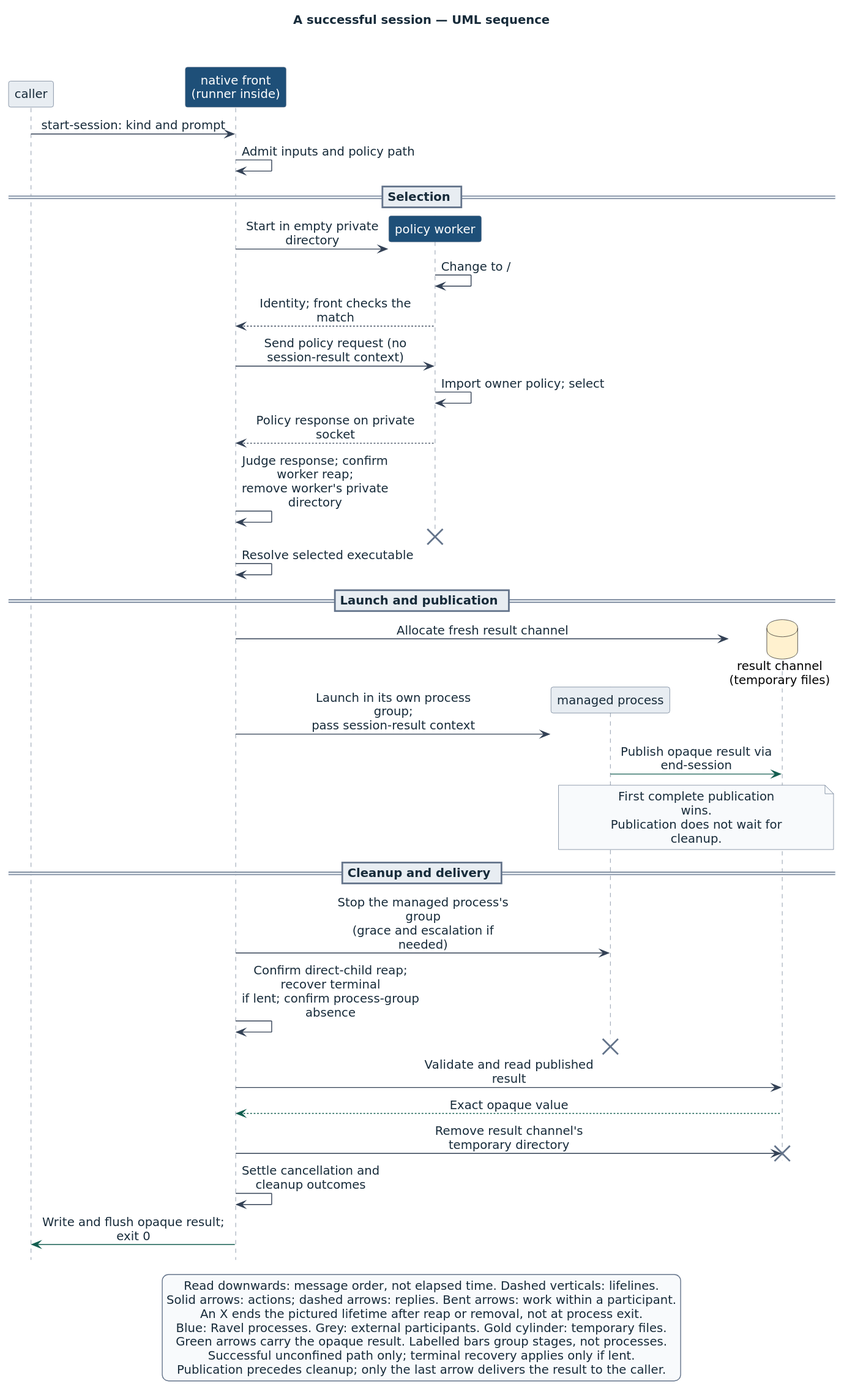
This is docs/book/src/figures/successful-session.svg from Linkuistics/Ravel, a PlantUML export, as it was before one commit. Its source is kept beside it as docs/book/src/figures/successful-session.puml.
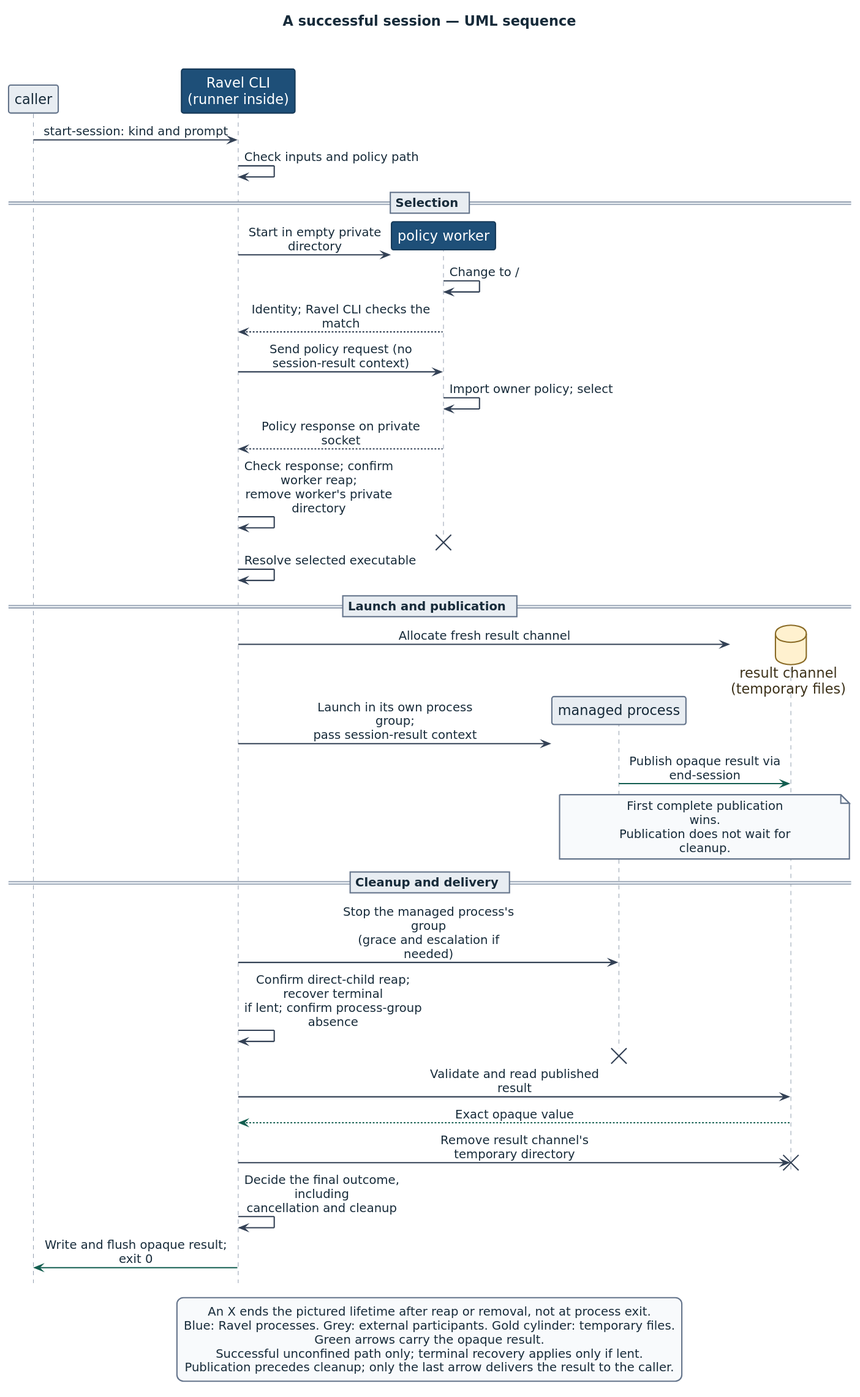
After the commit.

What changed in the source:
```diff
@@ -4,22 +4,22 @@
 title A successful session — UML sequence
 hide footbox
 participant "caller" as Caller
-participant "<color:#FFFFFF>native front\n<color:#FFFFFF>(runner inside)" as Front #1E4F78
-participant "<color:#FFFFFF>policy worker" as Worker #1E4F78
+participant "Ravel CLI\n(runner inside)" as Front <<ravel>>
+participant "policy worker" as Worker <<ravel>>
 participant "managed process" as Managed
-database "result channel\n(temporary files)" as Channel #FFF1CF
+database "result channel\n(temporary files)" as Channel <<temporary>>
 
 Caller -> Front : start-session: kind and prompt
-Front -> Front : Admit inputs and policy path
+Front -> Front : Check inputs and policy path
 == Selection ==
 create Worker
 Front -> Worker : Start in empty private directory
 Worker -> Worker : Change to /
-Worker --> Front : Identity; front checks the match
+Worker --> Front : Identity; Ravel CLI checks the match
 Front -> Worker : Send policy request (no session-result context)
 Worker -> Worker : Import owner policy; select
 Worker --> Front : Policy response on private socket
-Front -> Front : Judge response; confirm worker reap;\nremove worker's private directory
+Front -> Front : Check response; confirm worker reap;\nremove worker's private directory
 destroy Worker
 Front -> Front : Resolve selected executable
 == Launch and publication ==
@@ -40,15 +40,13 @@
 Channel -[#135E50]-> Front : Exact opaque value
 Front -> Channel : Remove result channel's temporary directory
 destroy Channel
-Front -> Front : Settle cancellation and cleanup outcomes
+Front -> Front : Decide the final outcome, including\ncancellation and cleanup
 Front -[#135E50]> Caller : Write and flush opaque result; exit 0
 
 legend bottom
-  Read downwards: message order, not elapsed time. Dashed verticals: lifelines.
-  Solid arrows: actions; dashed arrows: replies. Bent arrows: work within a participant.
   An X ends the pictured lifetime after reap or removal, not at process exit.
   Blue: Ravel processes. Grey: external participants. Gold cylinder: temporary files.
-  Green arrows carry the opaque result. Labelled bars group stages, not processes.
+  Green arrows carry the opaque result.
   Successful unconfined path only; terminal recovery applies only if lent.
   Publication precedes cleanup; only the last arrow delivers the result to the caller.
 endlegend
```
